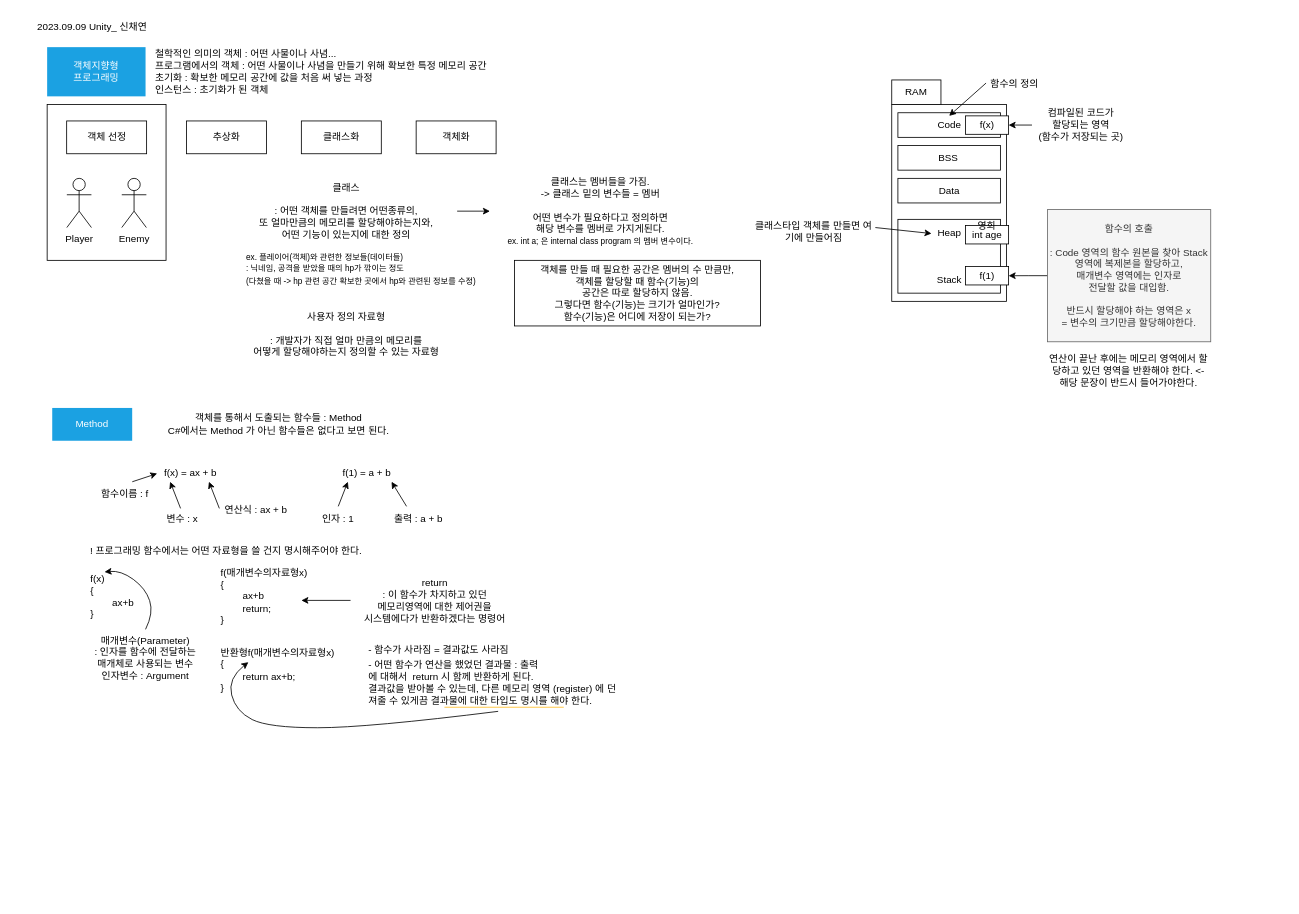
codus87/UnityStudy keeps this draw.io diagram as 20230909.drawio. Above is the earlier version. Source tidied: cells renumbered, new cells numbered last; positions are measured from the earlier drawing's top-left corner, leaving out a move shared by most shapes. Both pictures are drawn from the tidied source at 82%, with x=0, y=0 at pixel (14, 14).
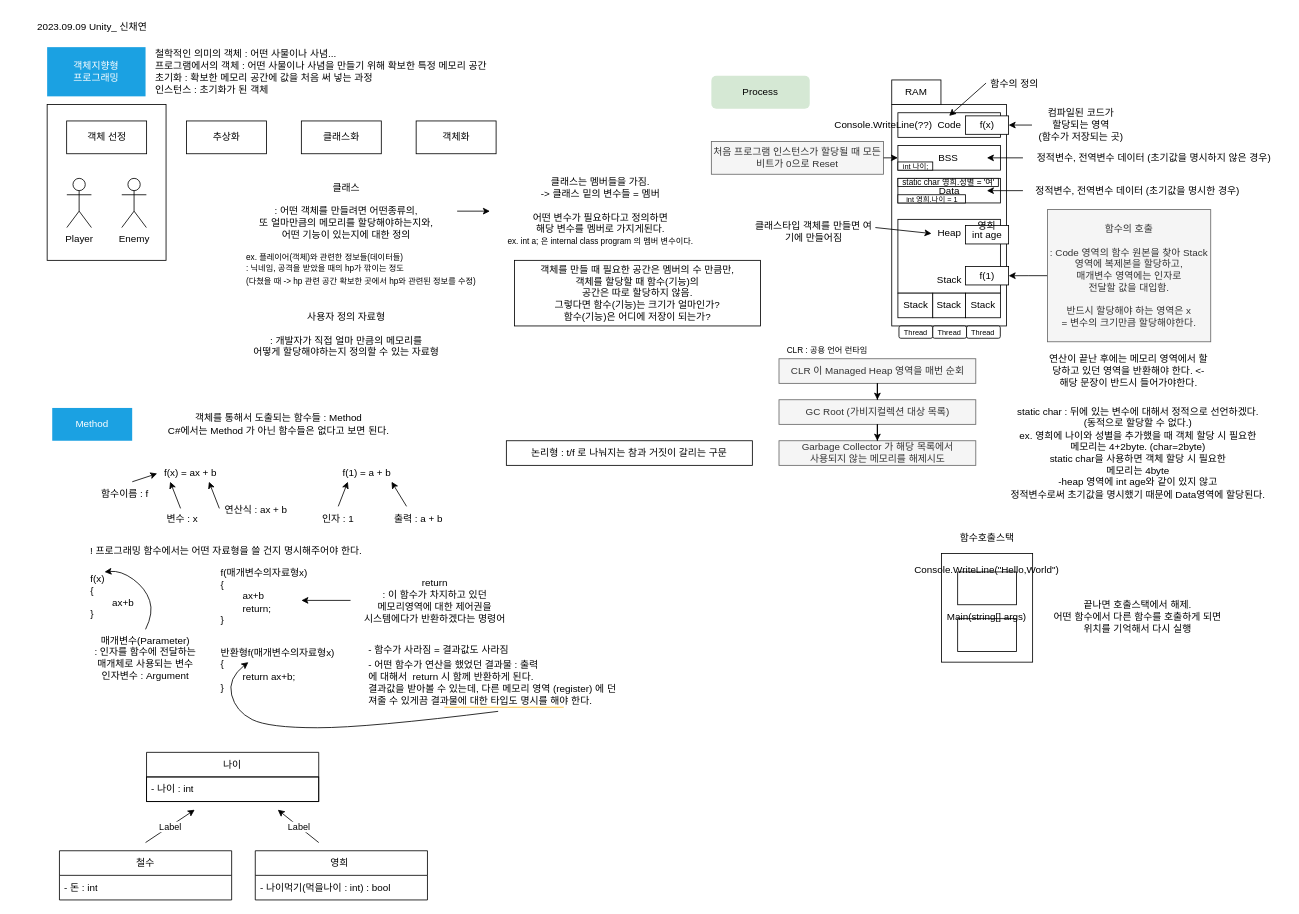
Above is the later version.

Unchanged cells that the change refers to:
```xml
<mxCell id="22" value="BSS&lt;span style=&quot;white-space: pre;&quot;&gt;&#9;&lt;/span&gt;" style="rounded=0;whiteSpace=wrap;html=1;" parent="1" vertex="1">
  <mxGeometry x="1077.5" y="160" width="125" height="30" as="geometry" />
</mxCell>
```

The edit, as a diff of the source:
```diff
@@
     <mxCell id="19" style="rounded=0;whiteSpace=wrap;html=1;" parent="1" vertex="1">
-      <mxGeometry x="1070" y="110" width="140" height="240" as="geometry" />
+      <mxGeometry x="1070" y="110" width="140" height="270" as="geometry" />
     </mxCell>
@@
+    <mxCell id="65" value="논리형 : t/f 로 나눠지는 참과 거짓이 갈리는 구문" style="text;html=1;strokeColor=default;fillColor=none;align=center;verticalAlign=middle;whiteSpace=wrap;rounded=0;" parent="1" vertex="1">
+      <mxGeometry x="600" y="520" width="300" height="30" as="geometry" />
+    </mxCell>
+    <mxCell id="66" value="정적변수, 전역변수 데이터 (초기값을 명시하지 않은 경우)" style="text;html=1;strokeColor=none;fillColor=none;align=center;verticalAlign=middle;whiteSpace=wrap;rounded=0;" parent="1" vertex="1">
+      <mxGeometry x="1230" y="165" width="320" height="20" as="geometry" />
+    </mxCell>
+    <mxCell id="67" style="endArrow=classic;html=1;rounded=0;entryX=0.337;entryY=0.004;entryDx=0;entryDy=0;entryPerimeter=0;exitX=0;exitY=0.5;exitDx=0;exitDy=0;" parent="1" edge="1" source="66">
+      <mxGeometry relative="1" as="geometry">
+        <mxPoint x="1186" y="175" as="targetPoint" />
+      </mxGeometry>
+    </mxCell>
+    <mxCell id="68" value="처음 프로그램 인스턴스가 할당될 때 모든 비트가 0으로 Reset" style="text;html=1;strokeColor=#666666;fillColor=#f5f5f5;align=center;verticalAlign=middle;whiteSpace=wrap;rounded=0;fontColor=#333333;" parent="1" vertex="1">
+      <mxGeometry x="850" y="155" width="210" height="40" as="geometry" />
+    </mxCell>
+    <mxCell id="69" style="endArrow=classic;html=1;rounded=0;" parent="1" edge="1" target="22">
+      <mxGeometry relative="1" as="geometry">
+        <mxPoint x="1060" y="175" as="sourcePoint" />
+      </mxGeometry>
+    </mxCell>
+    <mxCell id="70" value="정적변수, 전역변수 데이터 (초기값을 명시한 경우)" style="text;html=1;strokeColor=none;fillColor=none;align=center;verticalAlign=middle;whiteSpace=wrap;rounded=0;" parent="1" vertex="1">
+      <mxGeometry x="1230" y="205" width="280" height="20" as="geometry" />
+    </mxCell>
+    <mxCell id="71" style="endArrow=classic;html=1;rounded=0;entryX=0.337;entryY=0.004;entryDx=0;entryDy=0;entryPerimeter=0;exitX=0;exitY=0.5;exitDx=0;exitDy=0;" parent="1" edge="1" source="70">
+      <mxGeometry relative="1" as="geometry">
+        <mxPoint x="1186" y="215" as="targetPoint" />
+      </mxGeometry>
+    </mxCell>
+    <mxCell id="72" value="&lt;font style=&quot;font-size: 9px;&quot;&gt;int 나이;&lt;/font&gt;" style="rounded=0;whiteSpace=wrap;html=1;" parent="1" vertex="1">
+      <mxGeometry x="1077.5" y="180" width="42.5" height="10" as="geometry" />
+    </mxCell>
+    <mxCell id="73" value="&lt;font style=&quot;font-size: 9px;&quot;&gt;int 영희.나이 = 1&lt;/font&gt;" style="rounded=0;whiteSpace=wrap;html=1;" parent="1" vertex="1">
+      <mxGeometry x="1077.5" y="220" width="82.5" height="10" as="geometry" />
+    </mxCell>
+    <mxCell id="74" value="static char : 뒤에 있는 변수에 대해서 정적으로 선언하겠다.&lt;br&gt;(동적으로 할당할 수 없다.)&lt;br&gt;ex. 영희에 나이와 성별을 추가했을 때 객체 할당 시 필요한&lt;br&gt;메모리는 4+2byte. (char=2byte)&lt;br&gt;static char을 사용하면 객체 할당 시 필요한&lt;br&gt;메모리는 4byte&lt;br&gt;-heap 영역에 int age와 같이 있지 않고&lt;br&gt;정적변수로써 초기값을 명시했기 때문에 Data영역에 할당된다." style="text;html=1;strokeColor=none;fillColor=none;align=center;verticalAlign=middle;whiteSpace=wrap;rounded=0;" parent="1" vertex="1">
+      <mxGeometry x="1195.5" y="470" width="349" height="130" as="geometry" />
+    </mxCell>
+    <mxCell id="75" value="&lt;font size=&quot;1&quot;&gt;static char 영희.성별 = '여'&lt;/font&gt;" style="rounded=0;whiteSpace=wrap;html=1;" parent="1" vertex="1">
+      <mxGeometry x="1077.5" y="200" width="122.5" height="10" as="geometry" />
+    </mxCell>
+    <mxCell id="76" style="rounded=0;whiteSpace=wrap;html=1;" parent="1" vertex="1">
+      <mxGeometry x="1130.6" y="657.5" width="111.2" height="132.5" as="geometry" />
+    </mxCell>
+    <mxCell id="77" value="함수호출스택" style="text;html=1;strokeColor=none;fillColor=none;align=center;verticalAlign=middle;whiteSpace=wrap;rounded=0;" parent="1" vertex="1">
+      <mxGeometry x="1130.6" y="620" width="111.2" height="37.5" as="geometry" />
+    </mxCell>
+    <mxCell id="78" style="rounded=0;whiteSpace=wrap;html=1;" parent="1" vertex="1">
+      <mxGeometry x="1150.4" y="737" width="71.7" height="40" as="geometry" />
+    </mxCell>
+    <mxCell id="79" value="Main(string[] args)" style="text;html=1;strokeColor=none;fillColor=none;align=center;verticalAlign=middle;whiteSpace=wrap;rounded=0;" parent="1" vertex="1">
+      <mxGeometry x="1134.4" y="720" width="103.8" height="30" as="geometry" />
+    </mxCell>
+    <mxCell id="80" value="Console.WriteLine(??)" style="text;html=1;strokeColor=none;fillColor=none;align=center;verticalAlign=middle;whiteSpace=wrap;rounded=0;" parent="1" vertex="1">
+      <mxGeometry x="970" y="120" width="180" height="30" as="geometry" />
+    </mxCell>
+    <mxCell id="81" style="rounded=0;whiteSpace=wrap;html=1;" parent="1" vertex="1">
+      <mxGeometry x="1150.4" y="680" width="71.7" height="40" as="geometry" />
+    </mxCell>
+    <mxCell id="82" value="Console.WriteLine(&quot;Hello,World&quot;)" style="text;html=1;strokeColor=none;fillColor=none;align=center;verticalAlign=middle;whiteSpace=wrap;rounded=0;" parent="1" vertex="1">
+      <mxGeometry x="1134.4" y="663" width="103.8" height="30" as="geometry" />
+    </mxCell>
+    <mxCell id="83" value="끝나면 호출스택에서 해제.&lt;br&gt;어떤 함수에서 다른 함수를 호출하게 되면&lt;br&gt;위치를 기억해서 다시 실행" style="text;html=1;strokeColor=none;fillColor=none;align=center;verticalAlign=middle;whiteSpace=wrap;rounded=0;" parent="1" vertex="1">
+      <mxGeometry x="1245" y="705" width="250" height="60" as="geometry" />
+    </mxCell>
+    <mxCell id="84" value="Process" style="rounded=1;whiteSpace=wrap;html=1;fillColor=#d5e8d4;strokeColor=none;" parent="1" vertex="1">
+      <mxGeometry x="850" y="75" width="120" height="40" as="geometry" />
+    </mxCell>
+    <mxCell id="85" value="Stack" style="rounded=0;whiteSpace=wrap;html=1;" parent="1" vertex="1">
+      <mxGeometry x="1077.5" y="340" width="42.5" height="30" as="geometry" />
+    </mxCell>
+    <mxCell id="86" value="Stack" style="rounded=0;whiteSpace=wrap;html=1;" parent="1" vertex="1">
+      <mxGeometry x="1120" y="340" width="40" height="30" as="geometry" />
+    </mxCell>
+    <mxCell id="87" value="Stack" style="rounded=0;whiteSpace=wrap;html=1;" parent="1" vertex="1">
+      <mxGeometry x="1160" y="340" width="42.5" height="30" as="geometry" />
+    </mxCell>
+    <mxCell id="88" value="&lt;font style=&quot;font-size: 9px;&quot;&gt;Thread&lt;/font&gt;" style="rounded=1;whiteSpace=wrap;html=1;" parent="1" vertex="1">
+      <mxGeometry x="1078.8" y="380" width="41.2" height="15" as="geometry" />
+    </mxCell>
+    <mxCell id="89" style="group;" parent="1" vertex="1">
+      <mxGeometry x="930" y="400" width="252.5" height="150" as="geometry" />
+    </mxCell>
+    <mxCell id="90" style="group;" parent="89" vertex="1">
+      <mxGeometry x="2.5" y="20" width="250" height="130" as="geometry" />
+    </mxCell>
+    <mxCell id="91" value="CLR 이 Managed Heap 영역을 매번 순회" style="text;html=1;strokeColor=#666666;fillColor=#f5f5f5;align=center;verticalAlign=middle;whiteSpace=wrap;rounded=0;fontColor=#333333;" parent="90" vertex="1">
+      <mxGeometry width="240" height="30" as="geometry" />
+    </mxCell>
+    <mxCell id="92" value="GC Root (가비지컬렉션 대상 목록)" style="text;html=1;strokeColor=#666666;fillColor=#f5f5f5;align=center;verticalAlign=middle;whiteSpace=wrap;rounded=0;fontColor=#333333;" parent="90" vertex="1">
+      <mxGeometry y="50" width="240" height="30" as="geometry" />
+    </mxCell>
+    <mxCell id="93" style="edgeStyle=orthogonalEdgeStyle;rounded=0;jettySize=auto;html=1;entryX=0.5;entryY=0;entryDx=0;entryDy=0;" parent="90" edge="1" source="91" target="92">
+      <mxGeometry relative="1" as="geometry" />
+    </mxCell>
+    <mxCell id="94" value="Garbage Collector 가 해당 목록에서&lt;br&gt;사용되지 않는 메모리를 해제시도" style="text;html=1;strokeColor=#666666;fillColor=#f5f5f5;align=center;verticalAlign=middle;whiteSpace=wrap;rounded=0;fontColor=#333333;" parent="90" vertex="1">
+      <mxGeometry y="100" width="240" height="30" as="geometry" />
+    </mxCell>
+    <mxCell id="95" style="edgeStyle=orthogonalEdgeStyle;rounded=0;jettySize=auto;html=1;entryX=0.5;entryY=0;entryDx=0;entryDy=0;" parent="90" edge="1" source="92" target="94">
+      <mxGeometry relative="1" as="geometry" />
+    </mxCell>
+    <mxCell id="96" value="&lt;font style=&quot;font-size: 10px;&quot;&gt;CLR : 공용 언어 런타임&lt;/font&gt;" style="text;html=1;strokeColor=none;fillColor=none;align=center;verticalAlign=middle;whiteSpace=wrap;rounded=0;" parent="89" vertex="1">
+      <mxGeometry width="122.5" height="20" as="geometry" />
+    </mxCell>
+    <mxCell id="97" value="&lt;font style=&quot;font-size: 9px;&quot;&gt;Thread&lt;/font&gt;" style="rounded=1;whiteSpace=wrap;html=1;" parent="1" vertex="1">
+      <mxGeometry x="1120" y="380" width="41.2" height="15" as="geometry" />
+    </mxCell>
+    <mxCell id="98" value="&lt;font style=&quot;font-size: 9px;&quot;&gt;Thread&lt;/font&gt;" style="rounded=1;whiteSpace=wrap;html=1;" parent="1" vertex="1">
+      <mxGeometry x="1161.2" y="380" width="41.2" height="15" as="geometry" />
+    </mxCell>
+    <mxCell id="99" value="철수" style="swimlane;fontStyle=0;horizontal=1;startSize=30;whiteSpace=wrap;html=1;" parent="1" vertex="1">
+      <mxGeometry x="55" y="1020" width="210" height="60" as="geometry" />
+    </mxCell>
+    <mxCell id="100" value="- 돈 : int" style="text;strokeColor=none;fillColor=none;align=left;verticalAlign=middle;spacingLeft=4;spacingRight=4;overflow=hidden;whiteSpace=wrap;html=1;" parent="99" vertex="1">
+      <mxGeometry y="30" width="210" height="30" as="geometry" />
+    </mxCell>
+    <mxCell id="101" value="영희&lt;span style=&quot;white-space: pre;&quot;&gt;&#9;&lt;/span&gt;" style="swimlane;fontStyle=0;horizontal=1;startSize=30;whiteSpace=wrap;html=1;" parent="1" vertex="1">
+      <mxGeometry x="293.8" y="1020" width="210" height="60" as="geometry" />
+    </mxCell>
+    <mxCell id="102" value="- 나이먹기(먹을나이 : int) : bool" style="text;strokeColor=none;fillColor=none;align=left;verticalAlign=middle;spacingLeft=4;spacingRight=4;overflow=hidden;whiteSpace=wrap;html=1;" parent="101" vertex="1">
+      <mxGeometry y="30" width="210" height="30" as="geometry" />
+    </mxCell>
+    <mxCell id="103" value="나이" style="swimlane;fontStyle=0;horizontal=1;startSize=30;whiteSpace=wrap;html=1;" parent="1" vertex="1">
+      <mxGeometry x="161.2" y="900" width="210" height="60" as="geometry" />
+    </mxCell>
+    <mxCell id="104" value="- 나이 : int&lt;br&gt;" style="text;strokeColor=default;fillColor=none;align=left;verticalAlign=middle;spacingLeft=4;spacingRight=4;overflow=hidden;whiteSpace=wrap;html=1;" parent="103" vertex="1">
+      <mxGeometry y="30" width="210" height="30" as="geometry" />
+    </mxCell>
+    <mxCell id="105" style="endArrow=classic;html=1;rounded=0;" parent="1" edge="1">
+      <mxGeometry relative="1" as="geometry">
+        <mxPoint x="160" y="1010" as="sourcePoint" />
+        <mxPoint x="220" y="970" as="targetPoint" />
+      </mxGeometry>
+    </mxCell>
+    <mxCell id="106" value="Label" style="edgeLabel;html=1;align=center;verticalAlign=middle;" parent="105" vertex="1">
+      <mxGeometry relative="1" as="geometry" />
+    </mxCell>
+    <mxCell id="107" style="endArrow=classic;html=1;rounded=0;" parent="1" edge="1">
+      <mxGeometry relative="1" as="geometry">
+        <mxPoint x="371.2" y="1010" as="sourcePoint" />
+        <mxPoint x="321.2" y="970" as="targetPoint" />
+      </mxGeometry>
+    </mxCell>
+    <mxCell id="108" value="Label" style="edgeLabel;html=1;align=center;verticalAlign=middle;" parent="107" vertex="1">
+      <mxGeometry relative="1" as="geometry" />
+    </mxCell>
```
